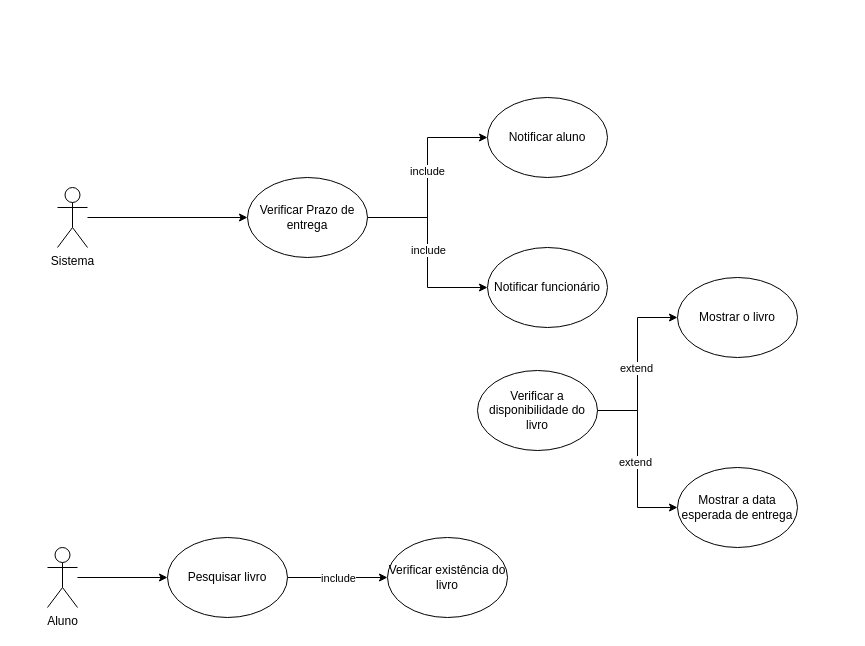
Earlier version of the draw.io diagram OOP - Exercício 1 - Biblioteca.drawio (danielarraiol02/tpsi-oop-2065422-25). Source tidied: cells renumbered, new cells numbered last; positions are measured from the earlier drawing's top-left corner, leaving out a move shared by most shapes. Both pictures are drawn from the tidied source at 100%, with x=0, y=0 at pixel (47, 97).
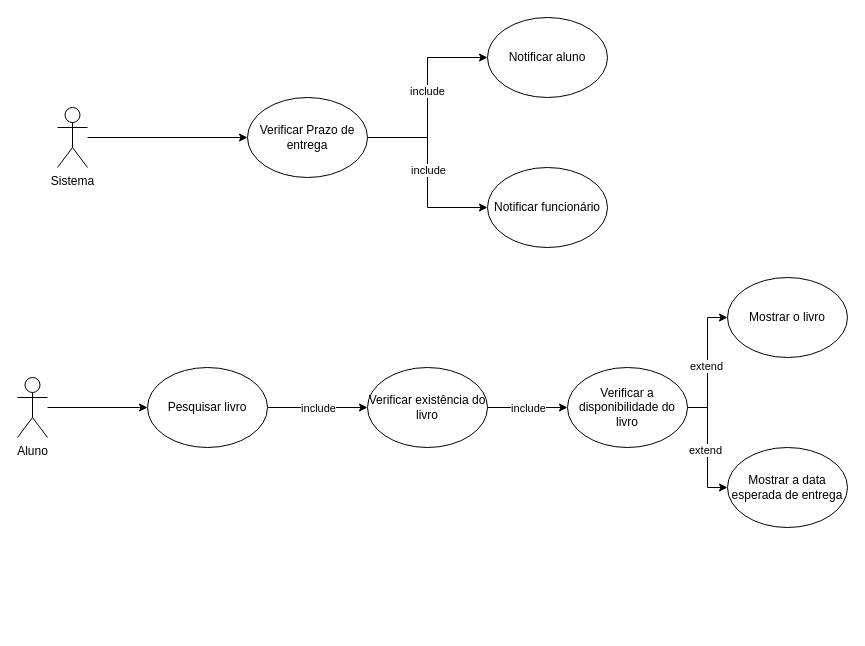
The same diagram, later.

Diff of the diagram source:
```diff
@@
     <mxCell id="6" value="Verificar Prazo de entrega" style="ellipse;whiteSpace=wrap;html=1;" parent="1" vertex="1">
-      <mxGeometry x="200" y="80" width="120" height="80" as="geometry" />
+      <mxGeometry x="200" width="120" height="80" as="geometry" />
     </mxCell>
@@
     <mxCell id="8" value="Sistema" style="shape=umlActor;verticalLabelPosition=bottom;verticalAlign=top;html=1;" parent="1" vertex="1">
-      <mxGeometry x="10" y="90" width="30" height="60" as="geometry" />
+      <mxGeometry x="10" y="10" width="30" height="60" as="geometry" />
     </mxCell>
     <mxCell id="9" value="Notificar funcionário" style="ellipse;whiteSpace=wrap;html=1;" parent="1" vertex="1">
-      <mxGeometry x="440" y="150" width="120" height="80" as="geometry" />
+      <mxGeometry x="440" y="70" width="120" height="80" as="geometry" />
     </mxCell>
     <mxCell id="10" value="Notificar aluno" style="ellipse;whiteSpace=wrap;html=1;" parent="1" vertex="1">
-      <mxGeometry x="440" width="120" height="80" as="geometry" />
+      <mxGeometry x="440" y="-80" width="120" height="80" as="geometry" />
     </mxCell>
@@
     <mxCell id="15" value="Verificar a disponibilidade do livro" style="ellipse;whiteSpace=wrap;html=1;" parent="1" vertex="1">
-      <mxGeometry x="430" y="273" width="120" height="80" as="geometry" />
+      <mxGeometry x="520" y="270" width="120" height="80" as="geometry" />
     </mxCell>
     <mxCell id="16" value="Mostrar o livro" style="ellipse;whiteSpace=wrap;html=1;" parent="1" vertex="1">
-      <mxGeometry x="630" y="180" width="120" height="80" as="geometry" />
+      <mxGeometry x="680" y="180" width="120" height="80" as="geometry" />
     </mxCell>
     <mxCell id="17" value="Mostrar a data esperada de entrega" style="ellipse;whiteSpace=wrap;html=1;" parent="1" vertex="1">
-      <mxGeometry x="630" y="370" width="120" height="80" as="geometry" />
+      <mxGeometry x="680" y="350" width="120" height="80" as="geometry" />
     </mxCell>
@@
     <mxCell id="19" value="Aluno" style="shape=umlActor;verticalLabelPosition=bottom;verticalAlign=top;html=1;" parent="1" vertex="1">
-      <mxGeometry y="450" width="30" height="60" as="geometry" />
+      <mxGeometry x="-30" y="280" width="30" height="60" as="geometry" />
     </mxCell>
@@
     <mxCell id="21" value="Pesquisar livro" style="ellipse;whiteSpace=wrap;html=1;" parent="1" vertex="1">
-      <mxGeometry x="120" y="440" width="120" height="80" as="geometry" />
+      <mxGeometry x="100" y="270" width="120" height="80" as="geometry" />
     </mxCell>
     <mxCell id="22" value="include" style="edgeLabel;html=1;align=center;verticalAlign=middle;" parent="1" vertex="1">
-      <mxGeometry x="290" y="480" as="geometry" />
+      <mxGeometry x="270" y="310" as="geometry" />
     </mxCell>
     <mxCell id="23" value="Verificar existência do livro" style="ellipse;whiteSpace=wrap;html=1;" parent="1" vertex="1">
-      <mxGeometry x="340" y="440" width="120" height="80" as="geometry" />
+      <mxGeometry x="320" y="270" width="120" height="80" as="geometry" />
     </mxCell>
+    <mxCell id="24" style="edgeStyle=orthogonalEdgeStyle;rounded=0;jettySize=auto;html=1;entryX=0;entryY=0.5;entryDx=0;entryDy=0;exitX=1;exitY=0.5;exitDx=0;exitDy=0;" parent="1" edge="1" source="23" target="15">
+      <mxGeometry relative="1" as="geometry" />
+    </mxCell>
+    <mxCell id="25" value="include" style="edgeLabel;html=1;align=center;verticalAlign=middle;" parent="1" vertex="1">
+      <mxGeometry x="480" y="310" as="geometry" />
+    </mxCell>
```
